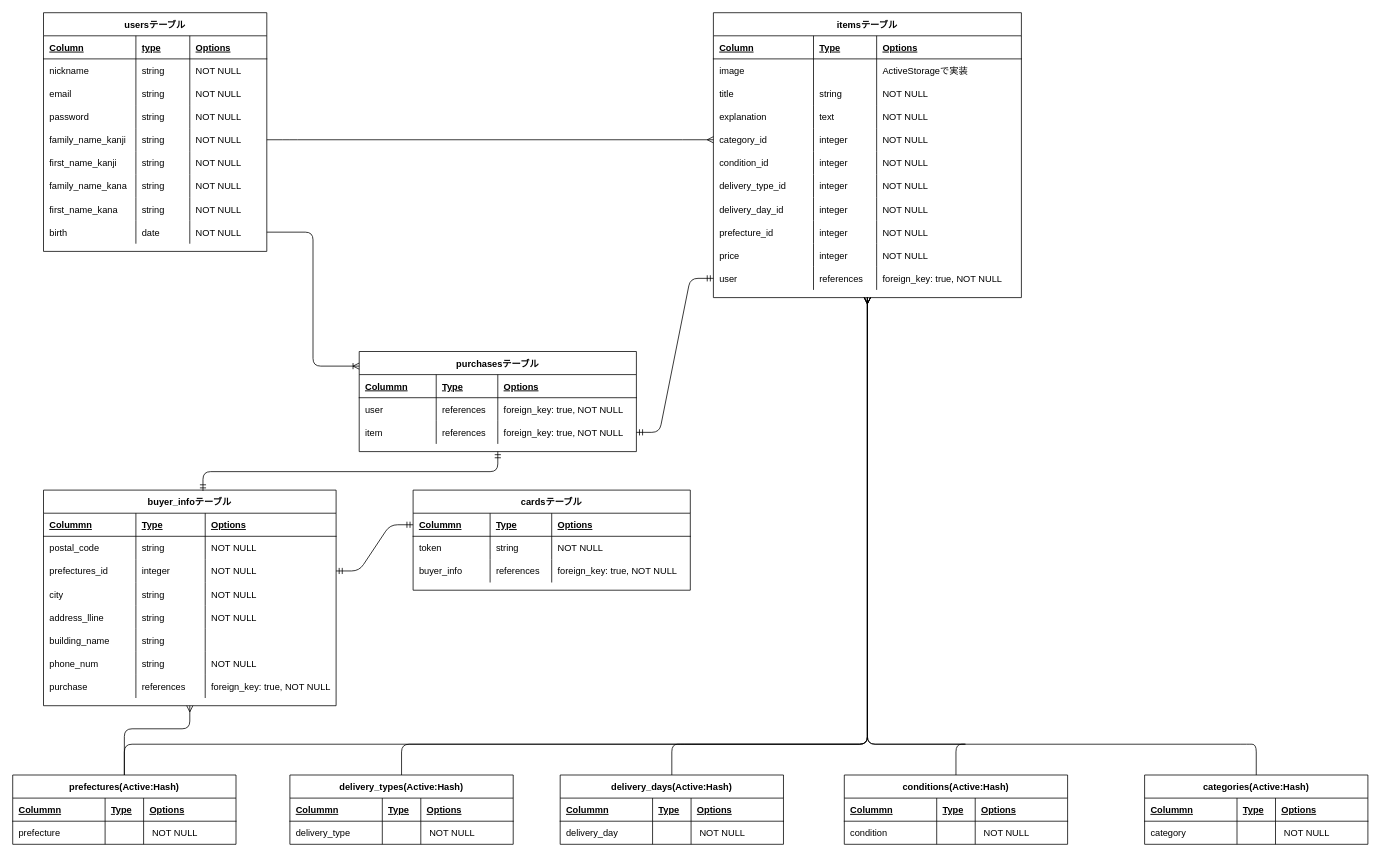
Before: er_draw.dio in yosuke-yagishita/furima-30458, a draw.io diagram. Source tidied: cells renumbered, new cells numbered last; positions are measured from the earlier drawing's top-left corner, leaving out a move shared by most shapes. Both pictures are drawn from the tidied source at 77%, with x=0, y=0 at pixel (12, 12).
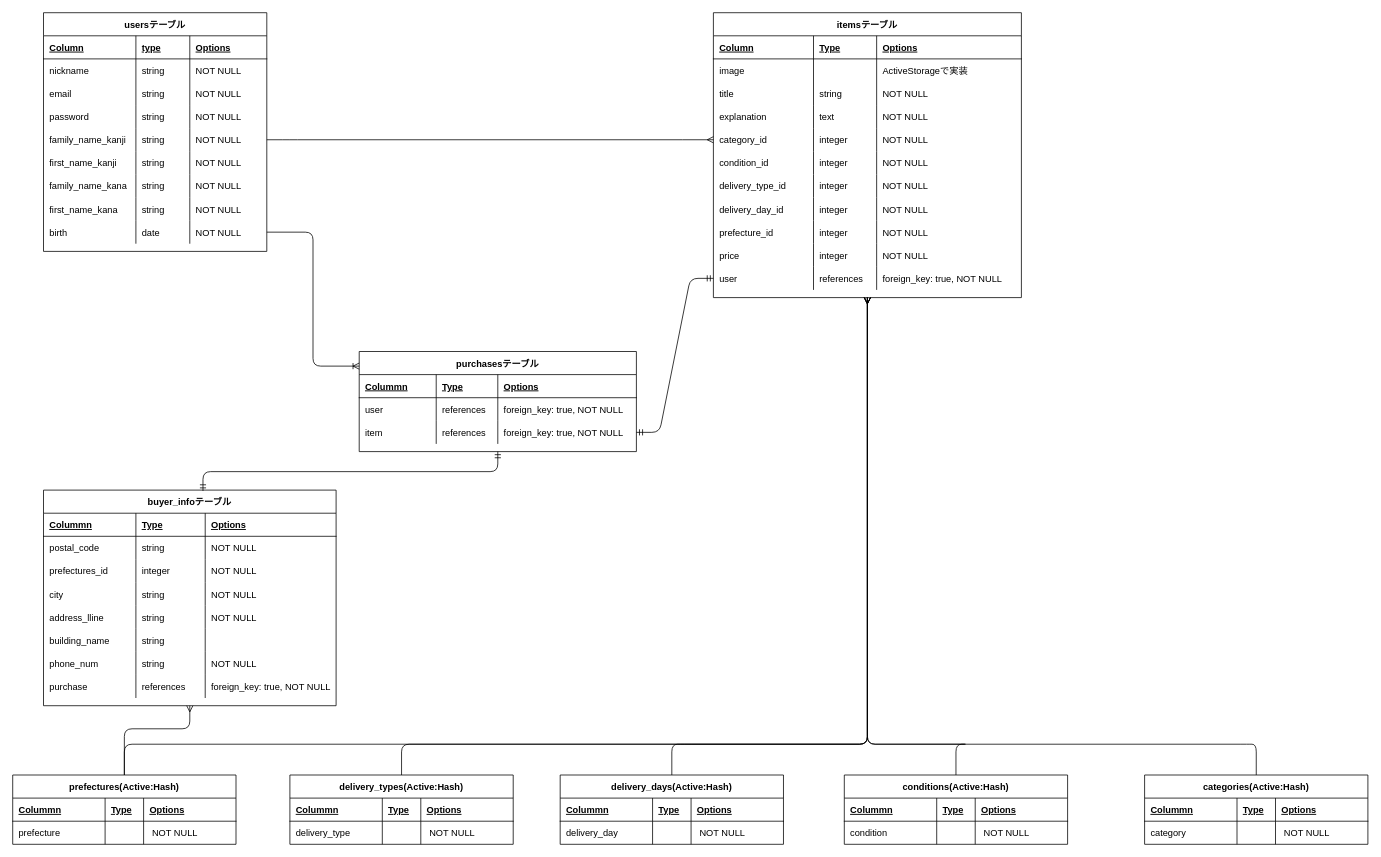
After the change.

Unchanged cells that the change refers to:
```xml
<mxCell id="99" style="shape=partialRectangle;fillColor=none;top=0;left=0;bottom=0;right=0;points=[[0,0.5],[1,0.5]];portConstraint=eastwest;" parent="90" vertex="1">
  <mxGeometry y="90" width="380" height="30" as="geometry" />
</mxCell>
```

The edit, as a diff of the source:
```diff
@@
-    <mxCell id="184" value="cardsテーブル" style="shape=table;startSize=30;childLayout=tableLayout;rowLines=0;fontStyle=1;align=center;" parent="1" vertex="1">
-      <mxGeometry x="520" y="620" width="360" height="130" as="geometry" />
-    </mxCell>
-    <mxCell id="185" style="shape=partialRectangle;fillColor=none;top=0;left=0;bottom=1;right=0;points=[[0,0.5],[1,0.5]];portConstraint=eastwest;" parent="184" vertex="1">
-      <mxGeometry y="30" width="360" height="30" as="geometry" />
-    </mxCell>
-    <mxCell id="186" value="Colummn" style="shape=partialRectangle;fillColor=none;top=0;left=0;bottom=0;right=0;align=left;spacingLeft=6;fontStyle=5;overflow=hidden;" parent="185" vertex="1">
-      <mxGeometry width="100" height="30" as="geometry" />
-    </mxCell>
-    <mxCell id="187" value="Type" style="shape=partialRectangle;fillColor=none;top=0;left=0;bottom=0;right=0;align=left;spacingLeft=6;fontStyle=5;overflow=hidden;" parent="185" vertex="1">
-      <mxGeometry x="100" width="80" height="30" as="geometry" />
-    </mxCell>
-    <mxCell id="188" value="Options" style="shape=partialRectangle;fillColor=none;top=0;left=0;bottom=0;right=0;align=left;spacingLeft=6;fontStyle=5;overflow=hidden;" parent="185" vertex="1">
-      <mxGeometry x="180" width="180" height="30" as="geometry" />
-    </mxCell>
-    <mxCell id="189" style="shape=partialRectangle;fillColor=none;top=0;left=0;bottom=0;right=0;" parent="184" vertex="1">
-      <mxGeometry y="60" width="360" height="30" as="geometry" />
-    </mxCell>
-    <mxCell id="190" value="token" style="shape=partialRectangle;fillColor=none;top=0;left=0;bottom=0;right=0;align=left;spacingLeft=6;overflow=hidden;" parent="189" vertex="1">
-      <mxGeometry width="100" height="30" as="geometry" />
-    </mxCell>
-    <mxCell id="191" value="string" style="shape=partialRectangle;fillColor=none;top=0;left=0;bottom=0;right=0;align=left;spacingLeft=6;overflow=hidden;" parent="189" vertex="1">
-      <mxGeometry x="100" width="80" height="30" as="geometry" />
-    </mxCell>
-    <mxCell id="192" value="NOT NULL" style="shape=partialRectangle;fillColor=none;top=0;left=0;bottom=0;right=0;align=left;spacingLeft=6;overflow=hidden;" parent="189" vertex="1">
-      <mxGeometry x="180" width="180" height="30" as="geometry" />
-    </mxCell>
-    <mxCell id="193" style="shape=partialRectangle;fillColor=none;top=0;left=0;bottom=0;right=0;" parent="184" vertex="1">
-      <mxGeometry y="90" width="360" height="30" as="geometry" />
-    </mxCell>
-    <mxCell id="194" value="buyer_info" style="shape=partialRectangle;fillColor=none;top=0;left=0;bottom=0;right=0;align=left;spacingLeft=6;overflow=hidden;" parent="193" vertex="1">
-      <mxGeometry width="100" height="30" as="geometry" />
-    </mxCell>
-    <mxCell id="195" value="references" style="shape=partialRectangle;fillColor=none;top=0;left=0;bottom=0;right=0;align=left;spacingLeft=6;overflow=hidden;" parent="193" vertex="1">
-      <mxGeometry x="100" width="80" height="30" as="geometry" />
-    </mxCell>
-    <mxCell id="196" value="foreign_key: true, NOT NULL" style="shape=partialRectangle;fillColor=none;top=0;left=0;bottom=0;right=0;align=left;spacingLeft=6;overflow=hidden;" parent="193" vertex="1">
-      <mxGeometry x="180" width="180" height="30" as="geometry" />
-    </mxCell>
-    <mxCell id="197" style="edgeStyle=entityRelationEdgeStyle;fontSize=12;html=1;endArrow=ERmandOne;startArrow=ERmandOne;entryX=0;entryY=0.5;entryDx=0;entryDy=0;exitX=1;exitY=0.5;exitDx=0;exitDy=0;" parent="1" edge="1" source="99" target="185">
-      <mxGeometry relative="1" as="geometry" />
-    </mxCell>
```
